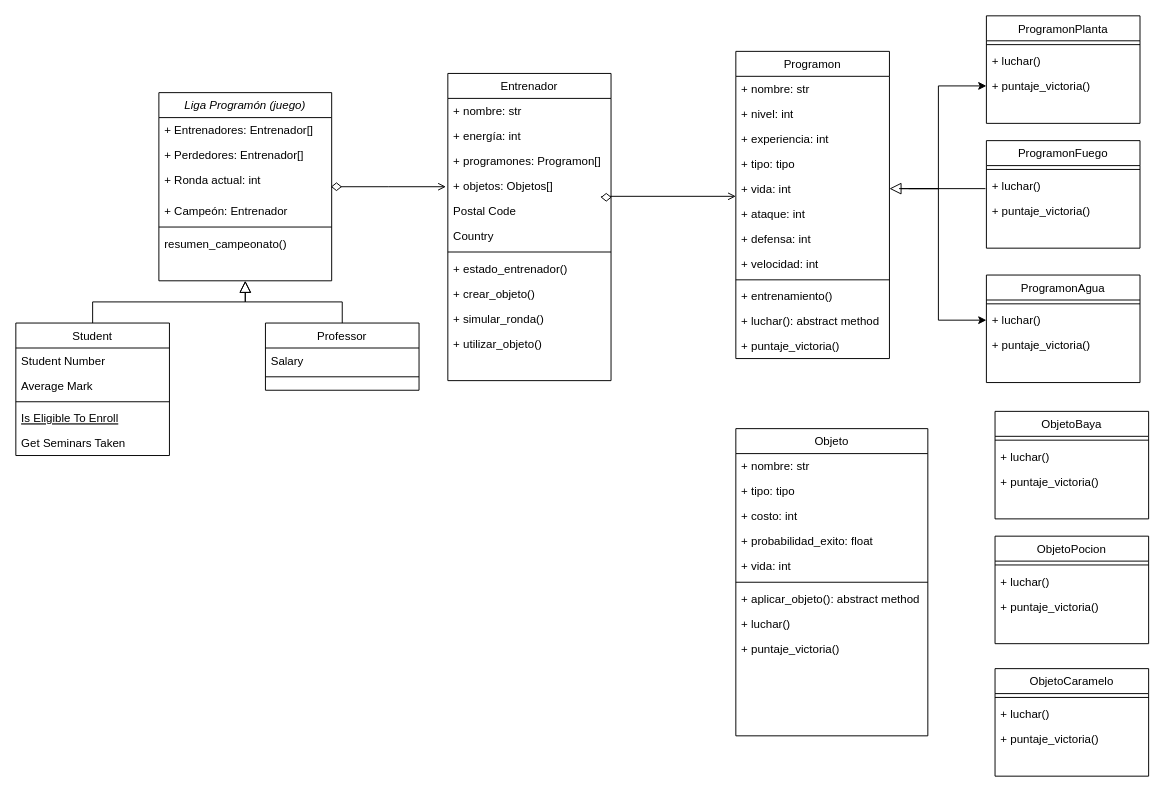
Bjnazar/Bjnazar keeps this draw.io diagram as Diagrama sin título.drawio. Above is the earlier version. Source tidied: cells renumbered, new cells numbered last; positions are measured from the earlier drawing's top-left corner, leaving out a move shared by most shapes. Both pictures are drawn from the tidied source at 96%, with x=0, y=0 at pixel (15, 15).
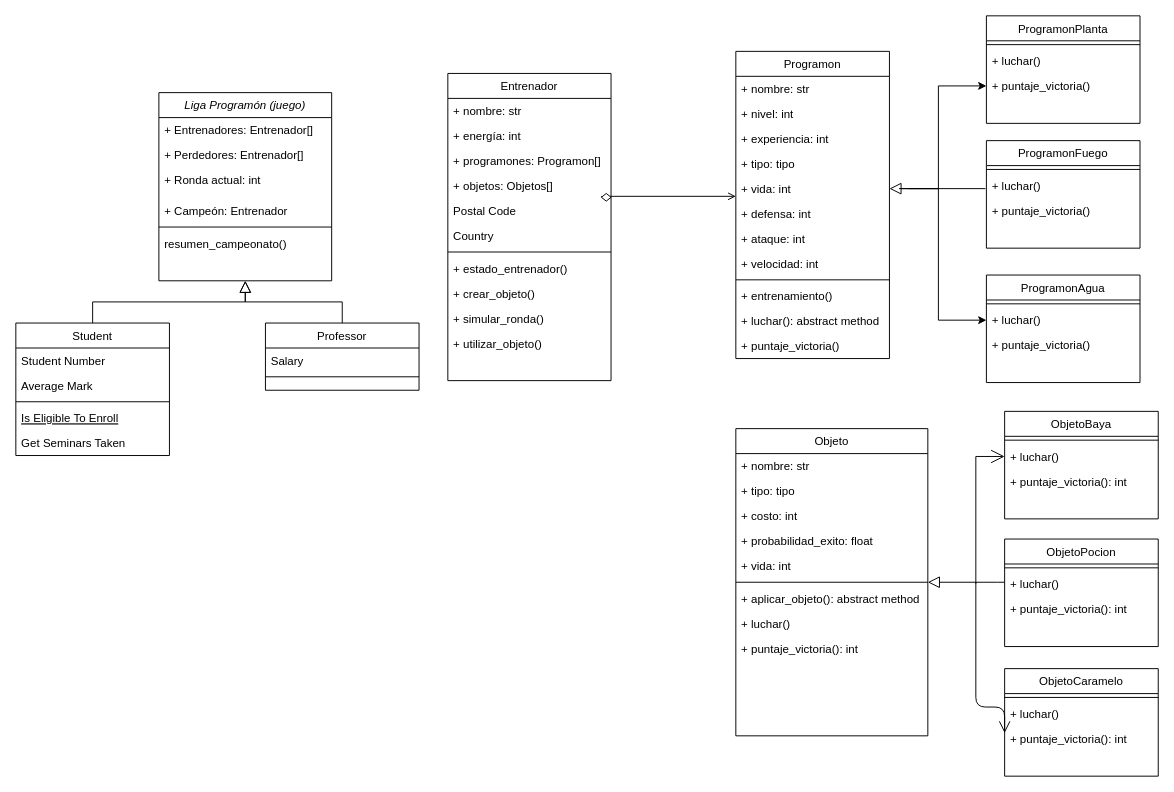
After the change.

The change refers to these unchanged cells:
```xml
<mxCell id="2" value="Liga Programón (juego)" style="swimlane;fontStyle=2;align=center;verticalAlign=top;horizontal=1;startSize=26;rounded=0;shadow=0;strokeWidth=1;" parent="1" vertex="1">
  <mxGeometry x="149" y="80" width="180" height="196" as="geometry" />
</mxCell>
<mxCell id="35" value="Programon" style="swimlane;fontStyle=0;align=center;verticalAlign=top;horizontal=1;startSize=26;rounded=0;shadow=0;strokeWidth=1;" parent="1" vertex="1">
  <mxGeometry x="750" y="37" width="160" height="320" as="geometry" />
</mxCell>
<mxCell id="65" value="Objeto" style="swimlane;fontStyle=0;align=center;verticalAlign=top;horizontal=1;startSize=26;rounded=0;shadow=0;strokeWidth=1;" parent="1" vertex="1">
  <mxGeometry x="750" y="430" width="200" height="320" as="geometry" />
</mxCell>
<mxCell id="77" value="+ luchar()" style="text;align=left;verticalAlign=top;spacingLeft=4;spacingRight=4;overflow=hidden;points=[[0,0.5],[1,0.5]];portConstraint=eastwest;" parent="75" vertex="1">
  <mxGeometry y="34" width="160" height="26" as="geometry" />
</mxCell>
<mxCell id="81" value="+ luchar()" style="text;align=left;verticalAlign=top;spacingLeft=4;spacingRight=4;overflow=hidden;points=[[0,0.5],[1,0.5]];portConstraint=eastwest;" parent="79" vertex="1">
  <mxGeometry y="34" width="160" height="26" as="geometry" />
</mxCell>
```

The edit, as a diff of the source:
```diff
@@
-    <mxCell id="20" style="endArrow=open;shadow=0;strokeWidth=1;rounded=0;endFill=1;edgeStyle=elbowEdgeStyle;elbow=vertical;" parent="1" edge="1" source="2">
-      <mxGeometry x="0.5" y="41" relative="1" as="geometry">
-        <mxPoint x="448" y="178" as="targetPoint" />
-        <mxPoint x="-40" y="32" as="offset" />
-      </mxGeometry>
-    </mxCell>
-    <mxCell id="21" style="rhombus;whiteSpace=wrap;html=1;" parent="1" vertex="1">
-      <mxGeometry x="329" y="174" width="10" height="8" as="geometry" />
-    </mxCell>
@@
+    <mxCell id="42" value="+ defensa: int" style="text;align=left;verticalAlign=top;spacingLeft=4;spacingRight=4;overflow=hidden;rounded=0;shadow=0;html=0;" parent="35" vertex="1">
+      <mxGeometry y="156" width="160" height="26" as="geometry" />
+    </mxCell>
     <mxCell id="41" value="+ ataque: int" style="text;align=left;verticalAlign=top;spacingLeft=4;spacingRight=4;overflow=hidden;rounded=0;shadow=0;html=0;" parent="35" vertex="1">
-      <mxGeometry y="156" width="160" height="26" as="geometry" />
+      <mxGeometry y="182" width="160" height="26" as="geometry" />
     </mxCell>
-    <mxCell id="42" value="+ defensa: int" style="text;align=left;verticalAlign=top;spacingLeft=4;spacingRight=4;overflow=hidden;rounded=0;shadow=0;html=0;" parent="35" vertex="1">
-      <mxGeometry y="182" width="160" height="26" as="geometry" />
-    </mxCell>
@@
-    <mxCell id="74" value="+ puntaje_victoria()" style="text;align=left;verticalAlign=top;spacingLeft=4;spacingRight=4;overflow=hidden;" parent="65" vertex="1">
+    <mxCell id="74" value="+ puntaje_victoria(): int" style="text;align=left;verticalAlign=top;spacingLeft=4;spacingRight=4;overflow=hidden;" parent="65" vertex="1">
       <mxGeometry y="216" width="200" height="26" as="geometry" />
     </mxCell>
     <mxCell id="75" value="ObjetoBaya" style="swimlane;fontStyle=0;align=center;verticalAlign=top;horizontal=1;startSize=26;rounded=0;shadow=0;strokeWidth=1;" parent="1" vertex="1">
-      <mxGeometry x="1020" y="412" width="160" height="112" as="geometry" />
+      <mxGeometry x="1030" y="412" width="160" height="112" as="geometry" />
     </mxCell>
@@
-    <mxCell id="78" value="+ puntaje_victoria()" style="text;align=left;verticalAlign=top;spacingLeft=4;spacingRight=4;overflow=hidden;" parent="75" vertex="1">
+    <mxCell id="78" value="+ puntaje_victoria(): int" style="text;align=left;verticalAlign=top;spacingLeft=4;spacingRight=4;overflow=hidden;" parent="75" vertex="1">
       <mxGeometry y="60" width="160" height="26" as="geometry" />
     </mxCell>
     <mxCell id="79" value="ObjetoPocion" style="swimlane;fontStyle=0;align=center;verticalAlign=top;horizontal=1;startSize=26;rounded=0;shadow=0;strokeWidth=1;" parent="1" vertex="1">
-      <mxGeometry x="1020" y="542" width="160" height="112" as="geometry" />
+      <mxGeometry x="1030" y="545" width="160" height="112" as="geometry" />
     </mxCell>
@@
+    <mxCell id="87" style="endArrow=open;endFill=1;endSize=12;html=1;rounded=0;entryX=0;entryY=0.5;entryDx=0;entryDy=0;" parent="79" edge="1" target="77">
+      <mxGeometry relative="1" as="geometry">
+        <mxPoint x="-30" y="46.5" as="sourcePoint" />
+        <Array as="points">
+          <mxPoint x="-30" y="-86" />
+        </Array>
+      </mxGeometry>
+    </mxCell>
@@
-    <mxCell id="82" value="+ puntaje_victoria()" style="text;align=left;verticalAlign=top;spacingLeft=4;spacingRight=4;overflow=hidden;" parent="79" vertex="1">
+    <mxCell id="82" value="+ puntaje_victoria(): int" style="text;align=left;verticalAlign=top;spacingLeft=4;spacingRight=4;overflow=hidden;" parent="79" vertex="1">
       <mxGeometry y="60" width="160" height="26" as="geometry" />
     </mxCell>
     <mxCell id="83" value="ObjetoCaramelo&#10;" style="swimlane;fontStyle=0;align=center;verticalAlign=top;horizontal=1;startSize=26;rounded=0;shadow=0;strokeWidth=1;" parent="1" vertex="1">
-      <mxGeometry x="1020" y="680" width="160" height="112" as="geometry" />
+      <mxGeometry x="1030" y="680" width="160" height="112" as="geometry" />
     </mxCell>
@@
-    <mxCell id="86" value="+ puntaje_victoria()" style="text;align=left;verticalAlign=top;spacingLeft=4;spacingRight=4;overflow=hidden;points=[[0,0.5],[1,0.5]];portConstraint=eastwest;" parent="83" vertex="1">
+    <mxCell id="86" value="+ puntaje_victoria(): int" style="text;align=left;verticalAlign=top;spacingLeft=4;spacingRight=4;overflow=hidden;points=[[0,0.5],[1,0.5]];portConstraint=eastwest;" parent="83" vertex="1">
       <mxGeometry y="60" width="160" height="26" as="geometry" />
     </mxCell>
+    <mxCell id="88" style="endArrow=block;endSize=10;endFill=0;shadow=0;strokeWidth=1;rounded=0;edgeStyle=elbowEdgeStyle;elbow=vertical;exitDx=0;exitDy=0;startArrow=none;" parent="1" edge="1">
+      <mxGeometry relative="1" as="geometry">
+        <mxPoint x="1000" y="590" as="sourcePoint" />
+        <mxPoint x="950" y="589.5" as="targetPoint" />
+        <Array as="points">
+          <mxPoint x="970" y="590" />
+          <mxPoint x="1030" y="639.5" />
+          <mxPoint x="1000" y="592.5" />
+        </Array>
+      </mxGeometry>
+    </mxCell>
+    <mxCell id="89" style="endArrow=open;endFill=0;endSize=10;html=1;shadow=0;fontFamily=Helvetica;fontSize=11;fontColor=default;align=center;strokeColor=default;strokeWidth=1;edgeStyle=elbowEdgeStyle;elbow=vertical;entryX=0;entryY=0.269;entryDx=0;entryDy=0;entryPerimeter=0;startArrow=none;" parent="1" edge="1" target="86">
+      <mxGeometry relative="1" as="geometry">
+        <mxPoint x="1000" y="590" as="sourcePoint" />
+        <Array as="points">
+          <mxPoint x="1000" y="720" />
+          <mxPoint x="990" y="590" />
+        </Array>
+      </mxGeometry>
+    </mxCell>
+    <mxCell id="90" style="endArrow=none;endFill=0;endSize=10;html=1;shadow=0;fontFamily=Helvetica;fontSize=11;fontColor=default;align=center;strokeColor=default;strokeWidth=1;edgeStyle=elbowEdgeStyle;elbow=vertical;" parent="1" edge="1" source="81">
+      <mxGeometry relative="1" as="geometry">
+        <mxPoint x="1000" y="590" as="targetPoint" />
+      </mxGeometry>
+    </mxCell>
```
